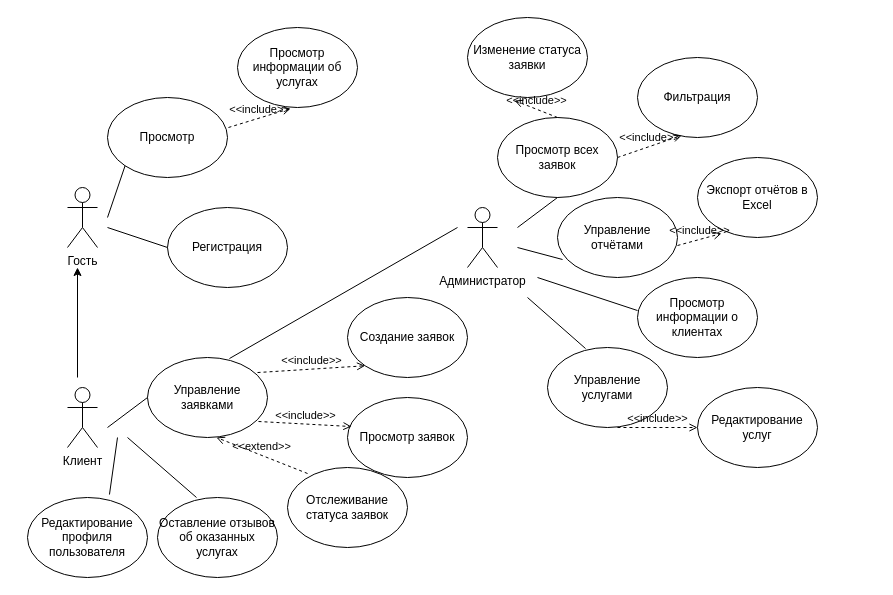
MYARPHA/courseProject keeps this draw.io diagram as фа.drawio. Above is the earlier version. Source tidied: cells renumbered, new cells numbered last; positions are measured from the earlier drawing's top-left corner, leaving out a move shared by most shapes. Both pictures are drawn from the tidied source at 100%, with x=0, y=0 at pixel (27, 17).
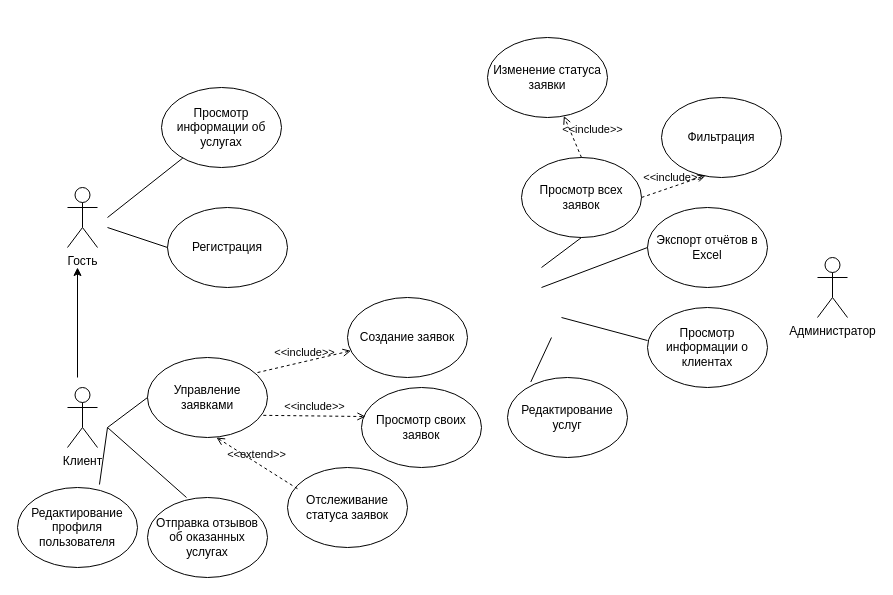
The same page after the edit.

The change refers to these unchanged cells:
```xml
<mxCell id="7" value="Управление заявками" style="ellipse;whiteSpace=wrap;html=1;" parent="1" vertex="1">
  <mxGeometry x="120" y="340" width="120" height="80" as="geometry" />
</mxCell>
<mxCell id="8" value="Создание заявок" style="ellipse;whiteSpace=wrap;html=1;" parent="1" vertex="1">
  <mxGeometry x="320" y="280" width="120" height="80" as="geometry" />
</mxCell>
<mxCell id="10" value="Отслеживание статуса заявок" style="ellipse;whiteSpace=wrap;html=1;" parent="1" vertex="1">
  <mxGeometry x="260" y="450" width="120" height="80" as="geometry" />
</mxCell>
```

What changed in the source:
```diff
@@
     <mxCell id="3" value="Просмотр информации об услугах" style="ellipse;whiteSpace=wrap;html=1;" parent="1" vertex="1">
-      <mxGeometry x="210" y="10" width="120" height="80" as="geometry" />
+      <mxGeometry x="134" y="70" width="120" height="80" as="geometry" />
     </mxCell>
@@
-    <mxCell id="9" value="Просмотр заявок" style="ellipse;whiteSpace=wrap;html=1;" parent="1" vertex="1">
-      <mxGeometry x="320" y="380" width="120" height="80" as="geometry" />
+    <mxCell id="9" value="Просмотр своих заявок" style="ellipse;whiteSpace=wrap;html=1;" parent="1" vertex="1">
+      <mxGeometry x="334" y="370" width="120" height="80" as="geometry" />
     </mxCell>
@@
     <mxCell id="11" value="Редактирование профиля пользователя" style="ellipse;whiteSpace=wrap;html=1;" parent="1" vertex="1">
-      <mxGeometry y="480" width="120" height="80" as="geometry" />
+      <mxGeometry x="-10" y="470" width="120" height="80" as="geometry" />
     </mxCell>
@@
-    <mxCell id="13" value="Просмотр" style="ellipse;whiteSpace=wrap;html=1;" parent="1" vertex="1">
-      <mxGeometry x="80" y="80" width="120" height="80" as="geometry" />
-    </mxCell>
-    <mxCell id="14" style="endArrow=none;html=1;rounded=0;entryX=0;entryY=1;entryDx=0;entryDy=0;" parent="1" edge="1" target="13">
+    <mxCell id="14" style="endArrow=none;html=1;rounded=0;" parent="1" edge="1" target="3">
       <mxGeometry relative="1" as="geometry">
         <mxPoint x="80" y="200" as="sourcePoint" />
       </mxGeometry>
     </mxCell>
-    <mxCell id="15" value="&amp;lt;&amp;lt;include&amp;gt;&amp;gt;" style="html=1;verticalAlign=bottom;labelBackgroundColor=none;endArrow=open;endFill=0;dashed=1;rounded=0;exitX=1.008;exitY=0.375;exitDx=0;exitDy=0;exitPerimeter=0;entryX=0.442;entryY=1.013;entryDx=0;entryDy=0;entryPerimeter=0;" parent="1" edge="1" source="13" target="3">
-      <mxGeometry relative="1" as="geometry" />
-    </mxCell>
@@
     <mxCell id="17" style="endArrow=none;html=1;rounded=0;exitX=0.683;exitY=-0.037;exitDx=0;exitDy=0;exitPerimeter=0;" parent="1" edge="1" source="11">
       <mxGeometry relative="1" as="geometry">
-        <mxPoint x="90" y="420" as="targetPoint" />
+        <mxPoint x="80" y="410" as="targetPoint" />
       </mxGeometry>
     </mxCell>
-    <mxCell id="18" value="&amp;lt;&amp;lt;include&amp;gt;&amp;gt;" style="html=1;verticalAlign=bottom;labelBackgroundColor=none;endArrow=open;endFill=0;dashed=1;rounded=0;exitX=0.917;exitY=0.188;exitDx=0;exitDy=0;exitPerimeter=0;entryX=0;entryY=1;entryDx=0;entryDy=0;" parent="1" edge="1" source="7" target="8">
+    <mxCell id="18" value="&amp;lt;&amp;lt;include&amp;gt;&amp;gt;" style="html=1;verticalAlign=bottom;labelBackgroundColor=none;endArrow=open;endFill=0;dashed=1;rounded=0;exitX=0.917;exitY=0.188;exitDx=0;exitDy=0;exitPerimeter=0;" parent="1" edge="1" source="7" target="8">
       <mxGeometry relative="1" as="geometry" />
     </mxCell>
-    <mxCell id="19" value="&amp;lt;&amp;lt;include&amp;gt;&amp;gt;" style="html=1;verticalAlign=bottom;labelBackgroundColor=none;endArrow=open;endFill=0;dashed=1;rounded=0;exitX=0.925;exitY=0.8;exitDx=0;exitDy=0;exitPerimeter=0;entryX=0.033;entryY=0.363;entryDx=0;entryDy=0;entryPerimeter=0;" parent="1" edge="1" source="7" target="9">
+    <mxCell id="19" value="&amp;lt;&amp;lt;include&amp;gt;&amp;gt;" style="html=1;verticalAlign=bottom;labelBackgroundColor=none;endArrow=open;endFill=0;dashed=1;rounded=0;exitX=0.965;exitY=0.723;exitDx=0;exitDy=0;exitPerimeter=0;entryX=0.033;entryY=0.363;entryDx=0;entryDy=0;entryPerimeter=0;" parent="1" edge="1" source="7" target="9">
       <mxGeometry relative="1" as="geometry" />
     </mxCell>
-    <mxCell id="20" value="&amp;lt;&amp;lt;extend&amp;gt;&amp;gt;" style="html=1;verticalAlign=bottom;labelBackgroundColor=none;endArrow=open;endFill=0;dashed=1;rounded=0;exitX=0.167;exitY=0.075;exitDx=0;exitDy=0;exitPerimeter=0;entryX=0.575;entryY=1;entryDx=0;entryDy=0;entryPerimeter=0;" parent="1" edge="1" source="10" target="7">
+    <mxCell id="20" value="&amp;lt;&amp;lt;extend&amp;gt;&amp;gt;" style="html=1;verticalAlign=bottom;labelBackgroundColor=none;endArrow=open;endFill=0;dashed=1;rounded=0;exitX=0.083;exitY=0.265;exitDx=0;exitDy=0;exitPerimeter=0;entryX=0.575;entryY=1;entryDx=0;entryDy=0;entryPerimeter=0;" parent="1" edge="1" source="10" target="7">
       <mxGeometry relative="1" as="geometry" />
     </mxCell>
+    <mxCell id="23" value="Отправка отзывов об оказанных услугах" style="ellipse;whiteSpace=wrap;html=1;" parent="1" vertex="1">
+      <mxGeometry x="120" y="480" width="120" height="80" as="geometry" />
+    </mxCell>
+    <mxCell id="24" style="endArrow=none;html=1;rounded=0;entryX=0.325;entryY=0;entryDx=0;entryDy=0;entryPerimeter=0;" parent="1" edge="1" target="23">
+      <mxGeometry relative="1" as="geometry">
+        <mxPoint x="80" y="410" as="sourcePoint" />
+      </mxGeometry>
+    </mxCell>
     <mxCell id="21" value="Администратор" style="shape=umlActor;verticalLabelPosition=bottom;verticalAlign=top;html=1;" parent="1" vertex="1">
-      <mxGeometry x="440" y="190" width="30" height="60" as="geometry" />
+      <mxGeometry x="790" y="240" width="30" height="60" as="geometry" />
     </mxCell>
     <mxCell id="22" value="Просмотр всех заявок" style="ellipse;whiteSpace=wrap;html=1;" parent="1" vertex="1">
-      <mxGeometry x="470" y="100" width="120" height="80" as="geometry" />
+      <mxGeometry x="494" y="140" width="120" height="80" as="geometry" />
     </mxCell>
-    <mxCell id="23" value="Оставление отзывов об оказанных услугах" style="ellipse;whiteSpace=wrap;html=1;" parent="1" vertex="1">
-      <mxGeometry x="130" y="480" width="120" height="80" as="geometry" />
-    </mxCell>
-    <mxCell id="24" style="endArrow=none;html=1;rounded=0;entryX=0.325;entryY=0;entryDx=0;entryDy=0;entryPerimeter=0;" parent="1" edge="1" target="23">
-      <mxGeometry relative="1" as="geometry">
-        <mxPoint x="100" y="420" as="sourcePoint" />
-      </mxGeometry>
-    </mxCell>
     <mxCell id="25" value="Фильтрация" style="ellipse;whiteSpace=wrap;html=1;" parent="1" vertex="1">
-      <mxGeometry x="610" y="40" width="120" height="80" as="geometry" />
+      <mxGeometry x="634" y="80" width="120" height="80" as="geometry" />
     </mxCell>
@@
-    <mxCell id="27" style="endArrow=none;html=1;rounded=0;entryX=0.5;entryY=1;entryDx=0;entryDy=0;" parent="1" edge="1" target="22">
-      <mxGeometry relative="1" as="geometry">
-        <mxPoint x="490" y="210" as="sourcePoint" />
-      </mxGeometry>
-    </mxCell>
+    <mxCell id="41" style="endArrow=none;html=1;rounded=0;entryX=0.5;entryY=1;entryDx=0;entryDy=0;" parent="1" edge="1" target="22">
+      <mxGeometry relative="1" as="geometry">
+        <mxPoint x="514" y="250" as="sourcePoint" />
+      </mxGeometry>
+    </mxCell>
     <mxCell id="28" value="Экспорт отчётов в Excel" style="ellipse;whiteSpace=wrap;html=1;" parent="1" vertex="1">
-      <mxGeometry x="670" y="140" width="120" height="80" as="geometry" />
+      <mxGeometry x="620" y="190" width="120" height="80" as="geometry" />
     </mxCell>
-    <mxCell id="29" value="Управление отчётами" style="ellipse;whiteSpace=wrap;html=1;" parent="1" vertex="1">
-      <mxGeometry x="530" y="180" width="120" height="80" as="geometry" />
-    </mxCell>
-    <mxCell id="30" style="endArrow=none;html=1;rounded=0;entryX=0.042;entryY=0.775;entryDx=0;entryDy=0;entryPerimeter=0;" parent="1" edge="1" target="29">
-      <mxGeometry relative="1" as="geometry">
-        <mxPoint x="490" y="230" as="sourcePoint" />
-      </mxGeometry>
-    </mxCell>
-    <mxCell id="31" value="&amp;lt;&amp;lt;include&amp;gt;&amp;gt;" style="html=1;verticalAlign=bottom;labelBackgroundColor=none;endArrow=open;endFill=0;dashed=1;rounded=0;exitX=1;exitY=0.6;exitDx=0;exitDy=0;exitPerimeter=0;entryX=0.2;entryY=0.95;entryDx=0;entryDy=0;entryPerimeter=0;" parent="1" edge="1" source="29" target="28">
-      <mxGeometry relative="1" as="geometry" />
-    </mxCell>
+    <mxCell id="42" style="endArrow=none;html=1;rounded=0;entryX=0;entryY=0.5;entryDx=0;entryDy=0;" parent="1" edge="1" target="28">
+      <mxGeometry relative="1" as="geometry">
+        <mxPoint x="514" y="270" as="sourcePoint" />
+      </mxGeometry>
+    </mxCell>
     <mxCell id="32" value="Просмотр информации о клиентах" style="ellipse;whiteSpace=wrap;html=1;" parent="1" vertex="1">
-      <mxGeometry x="610" y="260" width="120" height="80" as="geometry" />
+      <mxGeometry x="620" y="290" width="120" height="80" as="geometry" />
     </mxCell>
-    <mxCell id="33" style="endArrow=none;html=1;rounded=0;exitX=0.683;exitY=0.013;exitDx=0;exitDy=0;exitPerimeter=0;" parent="1" edge="1" source="7">
-      <mxGeometry relative="1" as="geometry">
-        <mxPoint x="430" y="210" as="targetPoint" />
-      </mxGeometry>
-    </mxCell>
-    <mxCell id="34" style="endArrow=none;html=1;rounded=0;entryX=0;entryY=0.413;entryDx=0;entryDy=0;entryPerimeter=0;" parent="1" edge="1" target="32">
-      <mxGeometry relative="1" as="geometry">
-        <mxPoint x="510" y="260" as="sourcePoint" />
-      </mxGeometry>
-    </mxCell>
-    <mxCell id="35" value="Управление услугами" style="ellipse;whiteSpace=wrap;html=1;" parent="1" vertex="1">
-      <mxGeometry x="520" y="330" width="120" height="80" as="geometry" />
-    </mxCell>
-    <mxCell id="36" style="endArrow=none;html=1;rounded=0;entryX=0.317;entryY=0.013;entryDx=0;entryDy=0;entryPerimeter=0;" parent="1" edge="1" target="35">
-      <mxGeometry relative="1" as="geometry">
-        <mxPoint x="500" y="280" as="sourcePoint" />
-      </mxGeometry>
-    </mxCell>
+    <mxCell id="43" style="endArrow=none;html=1;rounded=0;entryX=0;entryY=0.413;entryDx=0;entryDy=0;entryPerimeter=0;" parent="1" edge="1" target="32">
+      <mxGeometry relative="1" as="geometry">
+        <mxPoint x="534" y="300" as="sourcePoint" />
+      </mxGeometry>
+    </mxCell>
+    <mxCell id="44" style="endArrow=none;html=1;rounded=0;entryX=0.194;entryY=0.056;entryDx=0;entryDy=0;entryPerimeter=0;" parent="1" edge="1" target="37">
+      <mxGeometry relative="1" as="geometry">
+        <mxPoint x="524" y="320" as="sourcePoint" />
+      </mxGeometry>
+    </mxCell>
     <mxCell id="37" value="Редактирование услуг" style="ellipse;whiteSpace=wrap;html=1;" parent="1" vertex="1">
-      <mxGeometry x="670" y="370" width="120" height="80" as="geometry" />
+      <mxGeometry x="480" y="360" width="120" height="80" as="geometry" />
     </mxCell>
-    <mxCell id="38" value="&amp;lt;&amp;lt;include&amp;gt;&amp;gt;" style="html=1;verticalAlign=bottom;labelBackgroundColor=none;endArrow=open;endFill=0;dashed=1;rounded=0;exitX=0.583;exitY=1;exitDx=0;exitDy=0;exitPerimeter=0;entryX=0;entryY=0.5;entryDx=0;entryDy=0;" parent="1" edge="1" source="35" target="37">
-      <mxGeometry relative="1" as="geometry" />
-    </mxCell>
+    <mxCell id="40" value="&amp;lt;&amp;lt;include&amp;gt;&amp;gt;" style="html=1;verticalAlign=bottom;labelBackgroundColor=none;endArrow=open;endFill=0;dashed=1;rounded=0;exitX=0.5;exitY=0;exitDx=0;exitDy=0;" parent="1" edge="1" source="22" target="39">
+      <mxGeometry x="-0.41" y="-17" relative="1" as="geometry" />
+    </mxCell>
     <mxCell id="39" value="Изменение статуса заявки" style="ellipse;whiteSpace=wrap;html=1;" parent="1" vertex="1">
-      <mxGeometry x="440" width="120" height="80" as="geometry" />
+      <mxGeometry x="460" y="20" width="120" height="80" as="geometry" />
     </mxCell>
-    <mxCell id="40" value="&amp;lt;&amp;lt;include&amp;gt;&amp;gt;" style="html=1;verticalAlign=bottom;labelBackgroundColor=none;endArrow=open;endFill=0;dashed=1;rounded=0;entryX=0.392;entryY=1.038;entryDx=0;entryDy=0;entryPerimeter=0;exitX=0.5;exitY=0;exitDx=0;exitDy=0;" parent="1" edge="1" source="22" target="39">
-      <mxGeometry relative="1" as="geometry" />
-    </mxCell>
```
